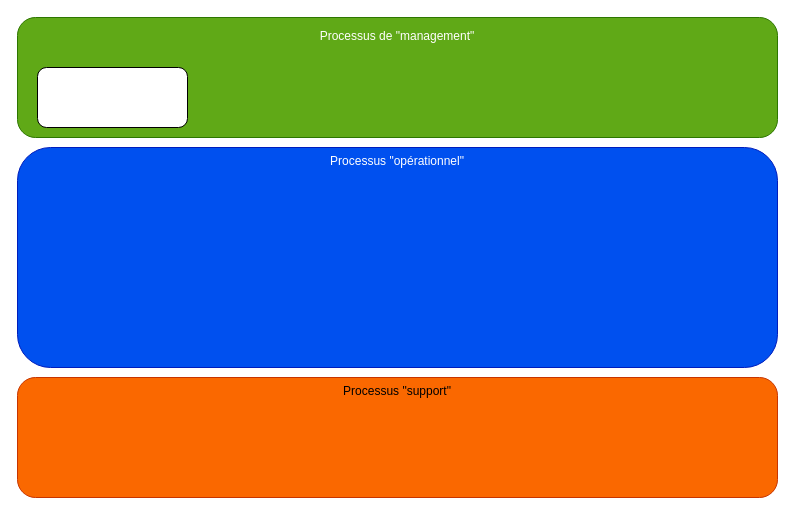
Earlier version of the draw.io diagram Diagramme sans nom.drawio (yheguy/POEC). Source tidied: cells renumbered, new cells numbered last; positions are measured from the earlier drawing's top-left corner, leaving out a move shared by most shapes. Both pictures are drawn from the tidied source at 100%, with x=0, y=0 at pixel (17, 17).
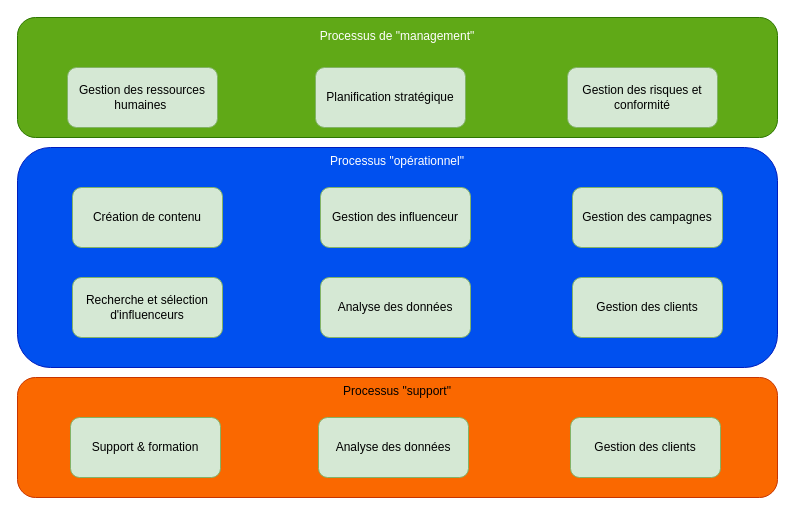
After the change.

Commit message (it also covers changes not shown here):
Mettre à jour Diagramme sans nom.drawio

What changed in the source:
```diff
@@
 <mxGraphModel>
   <root>
     <mxCell id="0" />
     <mxCell id="1" parent="0" />
     <mxCell id="2" value="&lt;p style=&quot;line-height: 0%;&quot;&gt;Processus de &quot;management&quot;&lt;/p&gt;" style="rounded=1;whiteSpace=wrap;html=1;fillColor=#60a917;fontColor=#ffffff;strokeColor=#2D7600;verticalAlign=top;horizontal=1;" parent="1" vertex="1">
       <mxGeometry width="760" height="120" as="geometry" />
     </mxCell>
     <mxCell id="3" value="Processus &quot;support&quot;" style="rounded=1;whiteSpace=wrap;html=1;fillColor=#fa6800;fontColor=#000000;strokeColor=#C73500;verticalAlign=top;" parent="1" vertex="1">
       <mxGeometry y="360" width="760" height="120" as="geometry" />
     </mxCell>
     <mxCell id="4" value="Processus &quot;opérationnel&quot;" style="rounded=1;whiteSpace=wrap;html=1;fillColor=#0050ef;fontColor=#ffffff;strokeColor=#001DBC;verticalAlign=top;" parent="1" vertex="1">
       <mxGeometry y="130" width="760" height="220" as="geometry" />
     </mxCell>
-    <mxCell id="5" style="rounded=1;whiteSpace=wrap;html=1;" parent="1" vertex="1">
-      <mxGeometry x="20" y="50" width="150" height="60" as="geometry" />
+    <mxCell id="5" value="Gestion des ressources humaines&amp;nbsp;" style="rounded=1;whiteSpace=wrap;html=1;fillColor=#d5e8d4;strokeColor=#82b366;" parent="1" vertex="1">
+      <mxGeometry x="50" y="50" width="150" height="60" as="geometry" />
     </mxCell>
+    <mxCell id="6" value="Planification stratégique" style="rounded=1;whiteSpace=wrap;html=1;fillColor=#d5e8d4;strokeColor=#82b366;" parent="1" vertex="1">
+      <mxGeometry x="298" y="50" width="150" height="60" as="geometry" />
+    </mxCell>
+    <mxCell id="7" value="Gestion des risques et conformité" style="rounded=1;whiteSpace=wrap;html=1;fillColor=#d5e8d4;strokeColor=#82b366;" parent="1" vertex="1">
+      <mxGeometry x="550" y="50" width="150" height="60" as="geometry" />
+    </mxCell>
+    <mxCell id="8" value="Création de contenu" style="rounded=1;whiteSpace=wrap;html=1;fillColor=#d5e8d4;strokeColor=#82b366;" parent="1" vertex="1">
+      <mxGeometry x="55" y="170" width="150" height="60" as="geometry" />
+    </mxCell>
+    <mxCell id="9" value="Gestion des influenceur" style="rounded=1;whiteSpace=wrap;html=1;fillColor=#d5e8d4;strokeColor=#82b366;" parent="1" vertex="1">
+      <mxGeometry x="303" y="170" width="150" height="60" as="geometry" />
+    </mxCell>
+    <mxCell id="10" value="Gestion des campagnes" style="rounded=1;whiteSpace=wrap;html=1;fillColor=#d5e8d4;strokeColor=#82b366;" parent="1" vertex="1">
+      <mxGeometry x="555" y="170" width="150" height="60" as="geometry" />
+    </mxCell>
+    <mxCell id="11" value="Recherche et sélection d'influenceurs" style="rounded=1;whiteSpace=wrap;html=1;fillColor=#d5e8d4;strokeColor=#82b366;" parent="1" vertex="1">
+      <mxGeometry x="55" y="260" width="150" height="60" as="geometry" />
+    </mxCell>
+    <mxCell id="12" value="Analyse des données" style="rounded=1;whiteSpace=wrap;html=1;fillColor=#d5e8d4;strokeColor=#82b366;" parent="1" vertex="1">
+      <mxGeometry x="303" y="260" width="150" height="60" as="geometry" />
+    </mxCell>
+    <mxCell id="13" value="Gestion des clients" style="rounded=1;whiteSpace=wrap;html=1;fillColor=#d5e8d4;strokeColor=#82b366;" parent="1" vertex="1">
+      <mxGeometry x="555" y="260" width="150" height="60" as="geometry" />
+    </mxCell>
+    <mxCell id="14" value="Support &amp;amp; formation" style="rounded=1;whiteSpace=wrap;html=1;fillColor=#d5e8d4;strokeColor=#82b366;" parent="1" vertex="1">
+      <mxGeometry x="53" y="400" width="150" height="60" as="geometry" />
+    </mxCell>
+    <mxCell id="15" value="Analyse des données" style="rounded=1;whiteSpace=wrap;html=1;fillColor=#d5e8d4;strokeColor=#82b366;" parent="1" vertex="1">
+      <mxGeometry x="301" y="400" width="150" height="60" as="geometry" />
+    </mxCell>
+    <mxCell id="16" value="Gestion des clients" style="rounded=1;whiteSpace=wrap;html=1;fillColor=#d5e8d4;strokeColor=#82b366;" parent="1" vertex="1">
+      <mxGeometry x="553" y="400" width="150" height="60" as="geometry" />
+    </mxCell>
   </root>
 </mxGraphModel>
```
